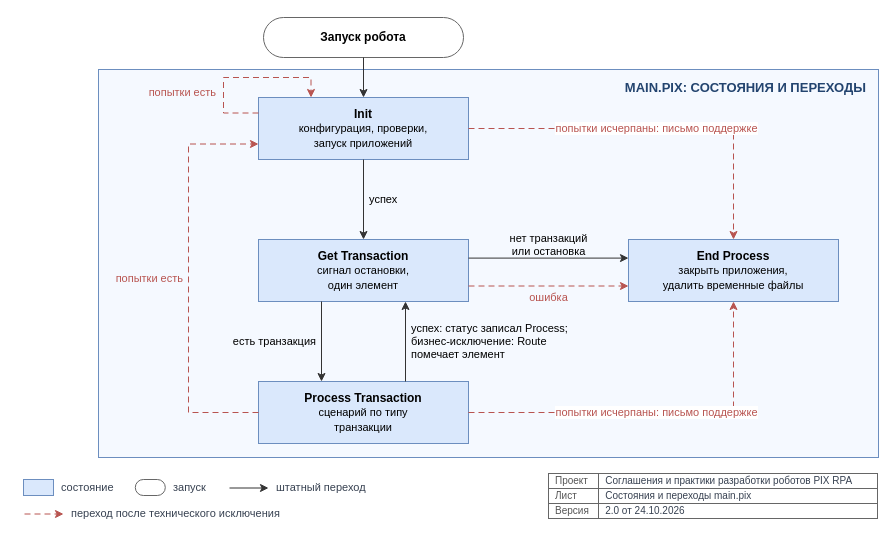
The draw.io diagram page "template / TEMPLATE-02-states" (4 of 6) of images/diagrams.drawio in TheMrDJek/PixRpaDevelopmentConventions, before the edit. Source tidied: cells renumbered, new cells numbered last; positions are measured from the earlier drawing's top-left corner, leaving out a move shared by most shapes. Both pictures are drawn from the tidied source at 100%, with x=0, y=0 at pixel (23, 17).
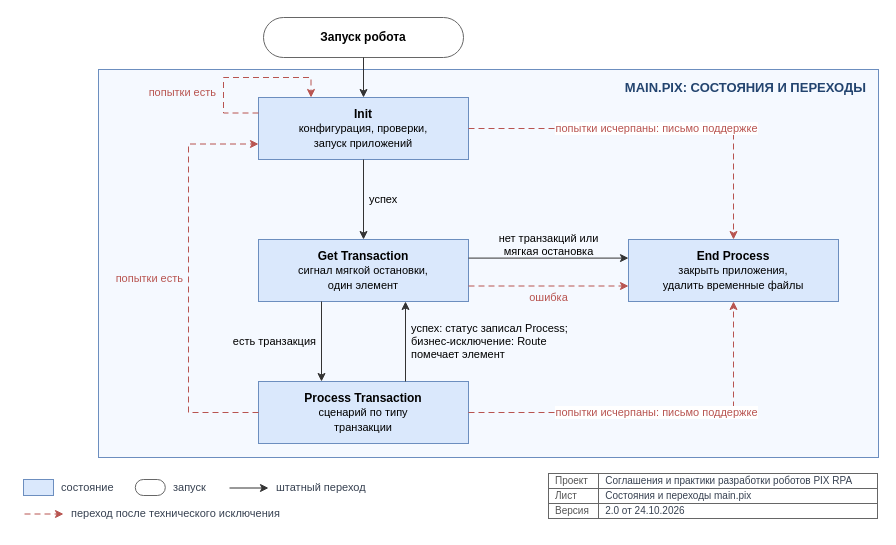
Above is the later version.

Commit message (it also covers changes not shown here):
docs: template.md, Infrastructure/FileSystem, настройка повторов, мягкая остановка

Unchanged cells that the change refers to:
```xml
<mxCell id="7" value="&lt;b&gt;End Process&lt;/b&gt;&lt;br&gt;&lt;font style=&quot;font-size:11px&quot;&gt;закрыть приложения,&lt;br&gt;удалить временные файлы&lt;/font&gt;" style="rounded=0;fillColor=#DAE8FC;strokeColor=#6C8EBF;strokeWidth=1;fontColor=#000000;fontSize=12;whiteSpace=wrap;html=1;fontFamily=Helvetica;" parent="1" vertex="1">
  <mxGeometry x="605" y="222" width="210" height="62" as="geometry" />
</mxCell>
```

What changed in the source:
```diff
@@
-    <mxCell id="5" value="&lt;b&gt;Get Transaction&lt;/b&gt;&lt;br&gt;&lt;font style=&quot;font-size:11px&quot;&gt;сигнал остановки,&lt;br&gt;один элемент&lt;/font&gt;" style="rounded=0;fillColor=#DAE8FC;strokeColor=#6C8EBF;strokeWidth=1;fontColor=#000000;fontSize=12;whiteSpace=wrap;html=1;fontFamily=Helvetica;" parent="1" vertex="1">
+    <mxCell id="5" value="&lt;b&gt;Get Transaction&lt;/b&gt;&lt;br&gt;&lt;font style=&quot;font-size:11px&quot;&gt;сигнал мягкой остановки,&lt;br&gt;один элемент&lt;/font&gt;" style="rounded=0;fillColor=#DAE8FC;strokeColor=#6C8EBF;strokeWidth=1;fontColor=#000000;fontSize=12;whiteSpace=wrap;html=1;fontFamily=Helvetica;" parent="1" vertex="1">
       <mxGeometry x="235" y="222" width="210" height="62" as="geometry" />
     </mxCell>
@@
-    <mxCell id="12" value="нет транзакций&lt;br&gt;или остановка" style="edgeStyle=orthogonalEdgeStyle;rounded=0;html=1;strokeColor=#333333;strokeWidth=1;endArrow=classic;endFill=1;fontSize=11;fontColor=#000000;labelBackgroundColor=#FFFFFF;jumpStyle=arc;jumpSize=8;fontFamily=Helvetica;verticalAlign=bottom;labelBackgroundColor=none;exitX=1;exitY=0.3;exitDx=0;exitDy=0;entryX=0;entryY=0.3;entryDx=0;entryDy=0;" parent="1" edge="1" source="5" target="7">
+    <mxCell id="12" value="нет транзакций или&lt;br&gt;мягкая остановка" style="edgeStyle=orthogonalEdgeStyle;rounded=0;html=1;strokeColor=#333333;strokeWidth=1;endArrow=classic;endFill=1;fontSize=11;fontColor=#000000;labelBackgroundColor=#FFFFFF;jumpStyle=arc;jumpSize=8;fontFamily=Helvetica;verticalAlign=bottom;labelBackgroundColor=none;exitX=1;exitY=0.3;exitDx=0;exitDy=0;entryX=0;entryY=0.3;entryDx=0;entryDy=0;" parent="1" edge="1" source="5" target="7">
       <mxGeometry y="-2" relative="1" as="geometry" />
     </mxCell>
```
